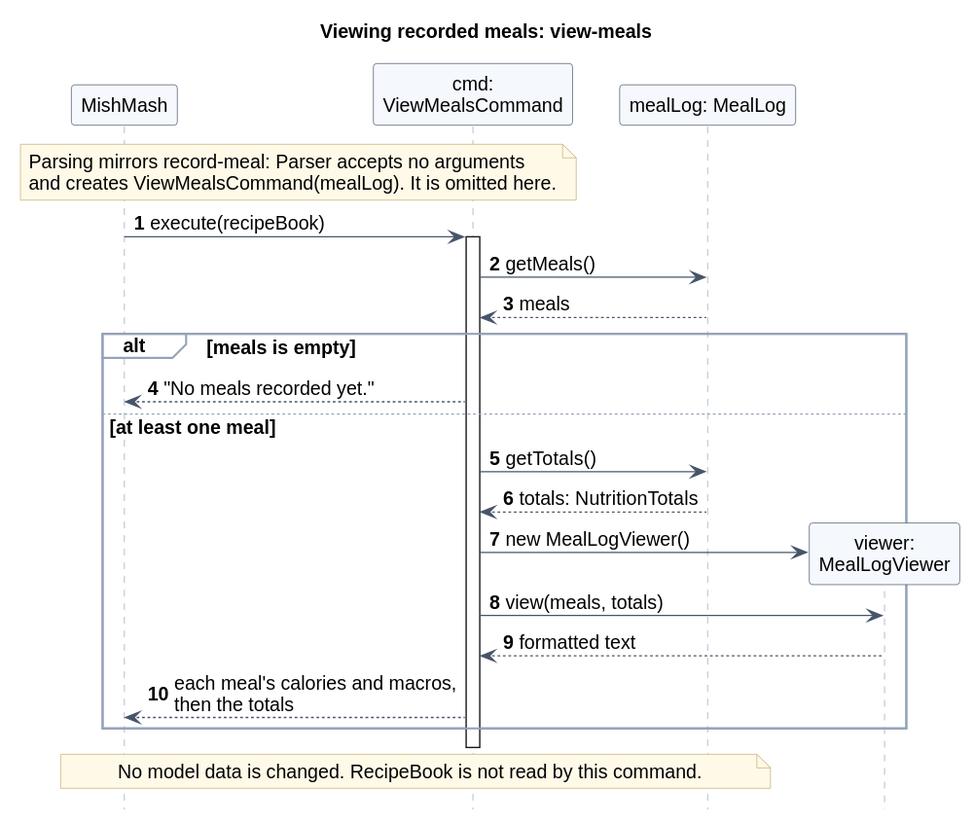
The PlantUML diagram docs/images/record-meal/view-meals.svg in AY2627S1-CS2113-W13-4/tp, before a commit.
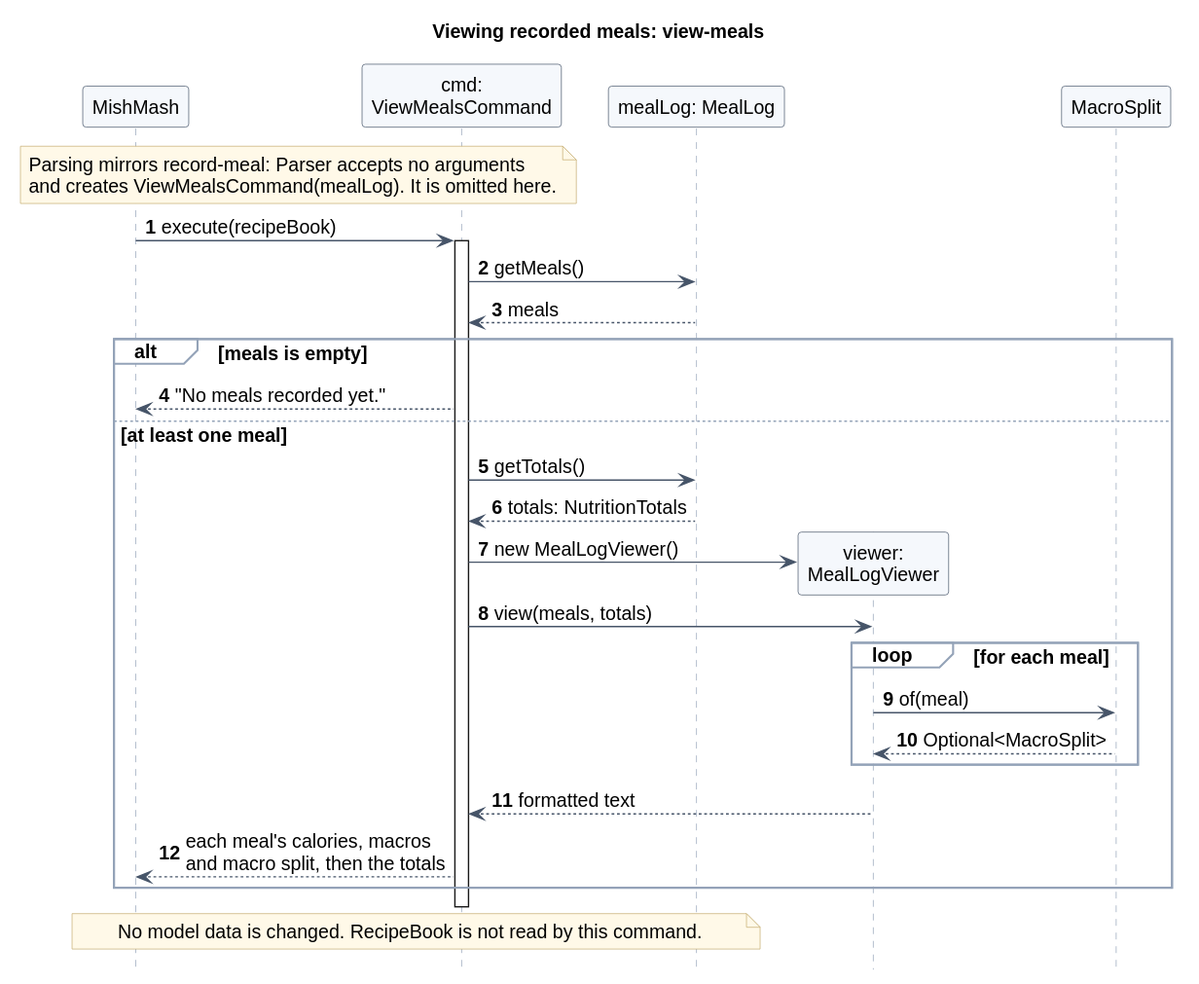
Later version of the same file.

Commit message:
Align the DG and UG with the implemented meal recording feature

What changed in the source:
```diff
@@ -7,6 +7,7 @@
 participant "cmd:\nViewMealsCommand" as Cmd
 participant "mealLog: MealLog" as Log
 participant "viewer:\nMealLogViewer" as Viewer
+participant "MacroSplit" as Split
 
 note over App, Cmd
   Parsing mirrors record-meal: Parser accepts no arguments
@@ -25,8 +26,12 @@
   create Viewer
   Cmd -> Viewer : new MealLogViewer()
   Cmd -> Viewer : view(meals, totals)
+  loop for each meal
+    Viewer -> Split : of(meal)
+    Split --> Viewer : Optional<MacroSplit>
+  end
   Viewer --> Cmd : formatted text
-  Cmd --> App : each meal's calories and macros,\nthen the totals
+  Cmd --> App : each meal's calories, macros\nand macro split, then the totals
 end
 deactivate Cmd
 note over App, Log
```
